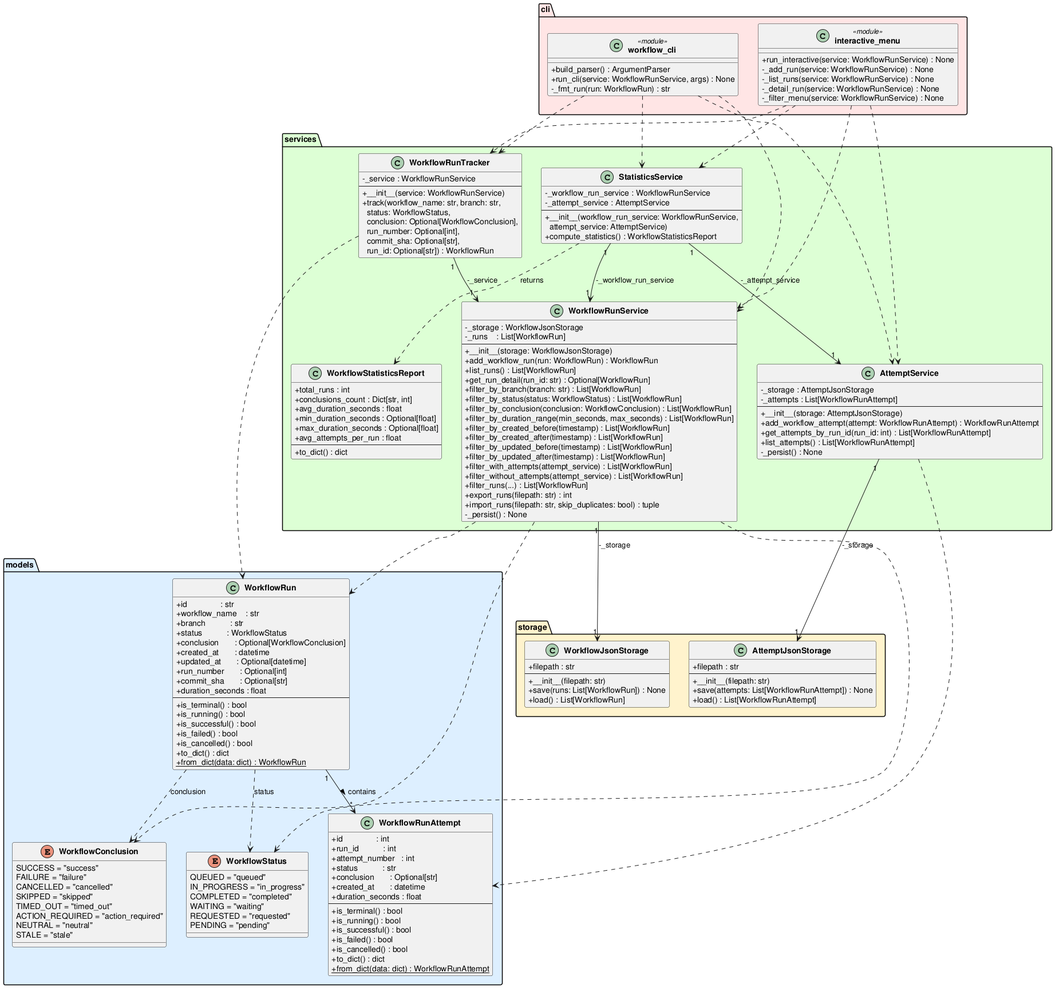
Earlier version of the PlantUML export experiments/broadcast/structured_text/github-workflow-manager/artifacts/class_diagram.png (DanielRiha8906/Software_autoevolution_using_agents).
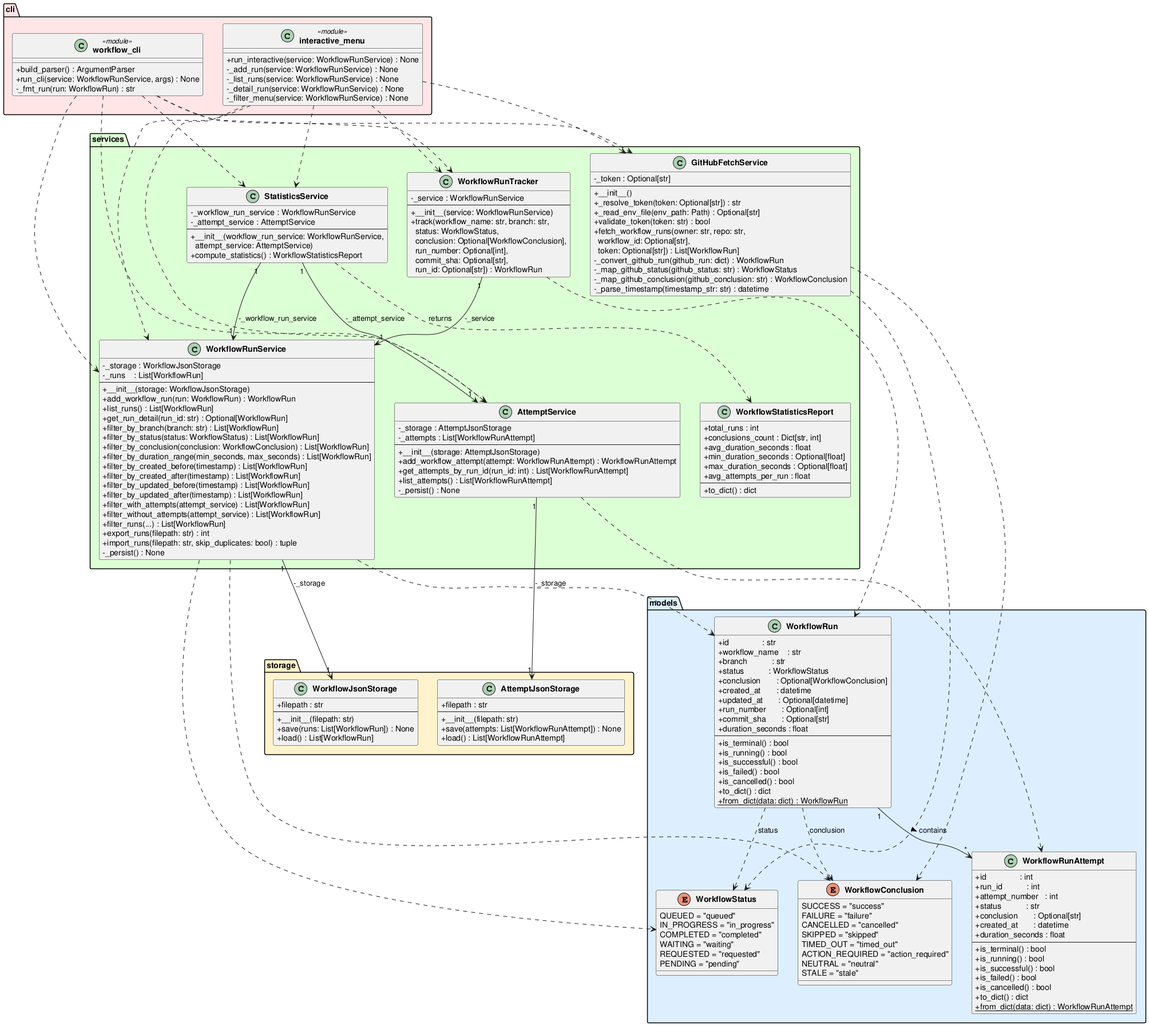
The same diagram one commit later.

The edit, as a diff of the source:
```diff
@@ -143,6 +143,20 @@
         +__init__(workflow_run_service: WorkflowRunService,\n  attempt_service: AttemptService)
         +compute_statistics() : WorkflowStatisticsReport
     }
+
+    class GitHubFetchService {
+        -_token : Optional[str]
+        --
+        +__init__()
+        +_resolve_token(token: Optional[str]) : str
+        +_read_env_file(env_path: Path) : Optional[str]
+        +validate_token(token: str) : bool
+        +fetch_workflow_runs(owner: str, repo: str,\n  workflow_id: Optional[str],\n  token: Optional[str]) : List[WorkflowRun]
+        -_convert_github_run(github_run: dict) : WorkflowRun
+        -_map_github_status(github_status: str) : WorkflowStatus
+        -_map_github_conclusion(github_conclusion: str) : WorkflowConclusion
+        -_parse_timestamp(timestamp_str: str) : datetime
+    }
 }
 
 package "cli" #FFE5E5 {
@@ -179,9 +193,13 @@
 "workflow_cli"             ..>  WorkflowRunTracker
 "workflow_cli"             ..>  AttemptService
 "workflow_cli"             ..>  StatisticsService
+"workflow_cli"             ..>  GitHubFetchService
 "interactive_menu"         ..>  WorkflowRunService
 "interactive_menu"         ..>  WorkflowRunTracker
 "interactive_menu"         ..>  AttemptService
 "interactive_menu"         ..>  StatisticsService
+"interactive_menu"         ..>  GitHubFetchService
+GitHubFetchService         ..>  WorkflowStatus
+GitHubFetchService         ..>  WorkflowConclusion
 
 @enduml
```
